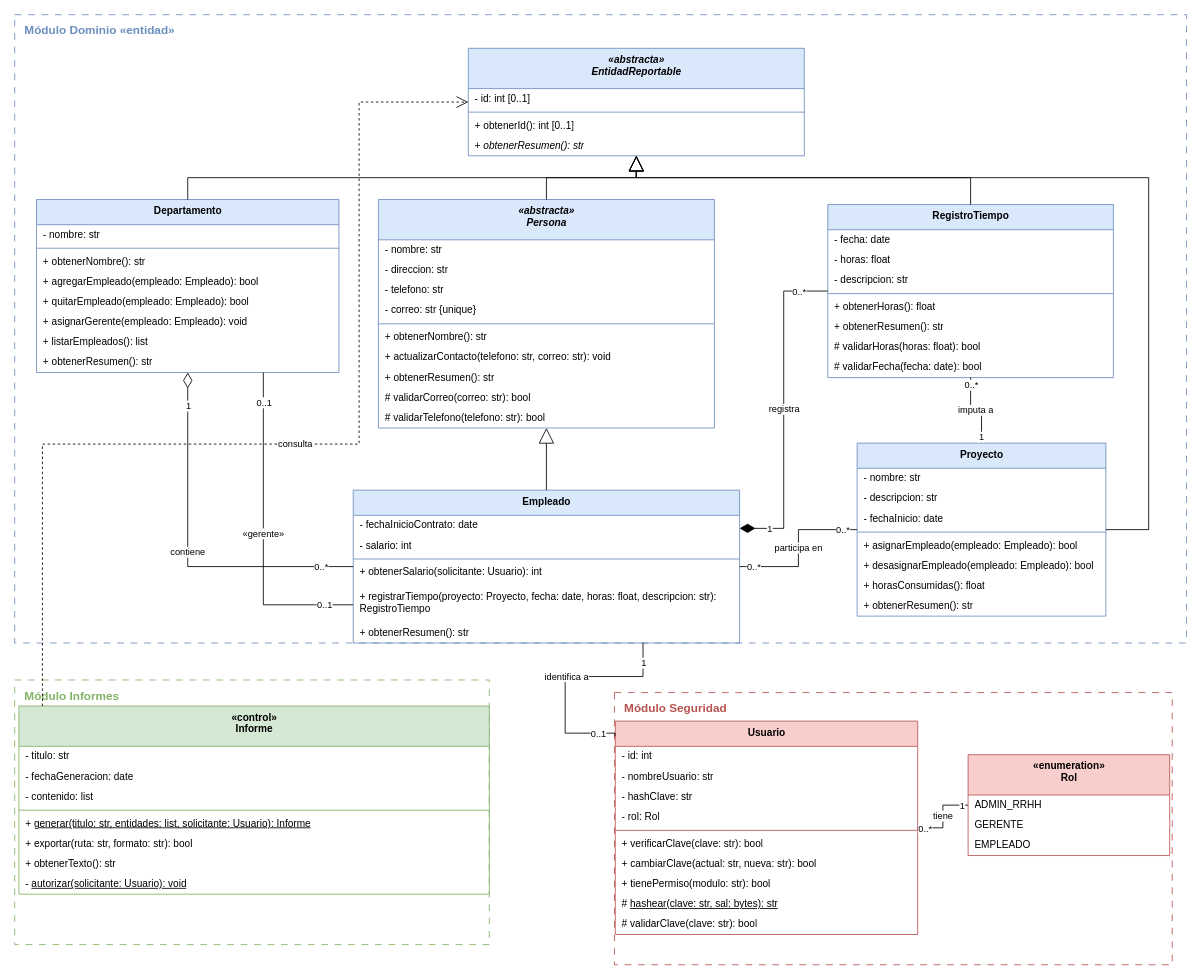
This is diagramas/modelo_u2.drawio from leonardoguerrerodev/poo-ecotech, a draw.io file, before an edit. Source tidied: cells renumbered, new cells numbered last; positions are measured from the earlier drawing's top-left corner, leaving out a move shared by most shapes. Both pictures are drawn from the tidied source at 84%, with x=0, y=0 at pixel (14, 14).
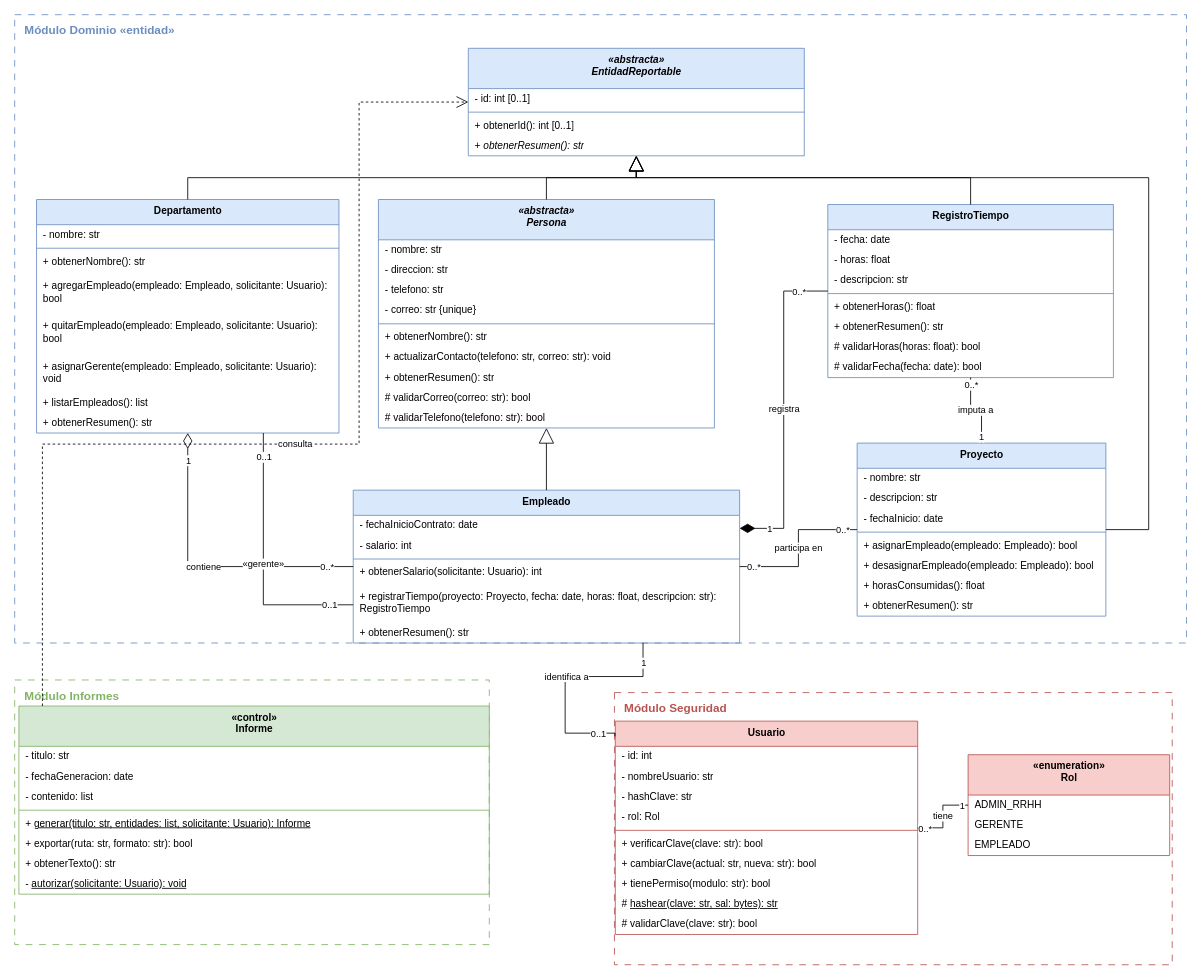
Above is the later version.

Diff of the diagram source:
```diff
@@
     <mxCell id="23" value="Departamento" style="swimlane;fontStyle=1;align=center;verticalAlign=top;horizontal=1;startSize=30;html=1;fillColor=#dae8fc;strokeColor=#6c8ebf;" parent="1" vertex="1">
-      <mxGeometry x="26" y="220" width="360" height="206" as="geometry" />
+      <mxGeometry x="26" y="220" width="360" height="278" as="geometry" />
     </mxCell>
@@
-    <mxCell id="27" value="+ agregarEmpleado(empleado: Empleado): bool" style="text;strokeColor=none;fillColor=none;align=left;verticalAlign=middle;spacingLeft=6;spacingRight=6;overflow=hidden;whiteSpace=wrap;html=1;" parent="23" vertex="1">
-      <mxGeometry y="86" width="360" height="24" as="geometry" />
+    <mxCell id="27" value="+ agregarEmpleado(empleado: Empleado, solicitante: Usuario): bool" style="text;strokeColor=none;fillColor=none;align=left;verticalAlign=middle;spacingLeft=6;spacingRight=6;overflow=hidden;whiteSpace=wrap;html=1;" parent="23" vertex="1">
+      <mxGeometry y="86" width="360" height="48" as="geometry" />
     </mxCell>
-    <mxCell id="28" value="+ quitarEmpleado(empleado: Empleado): bool" style="text;strokeColor=none;fillColor=none;align=left;verticalAlign=middle;spacingLeft=6;spacingRight=6;overflow=hidden;whiteSpace=wrap;html=1;" parent="23" vertex="1">
-      <mxGeometry y="110" width="360" height="24" as="geometry" />
+    <mxCell id="28" value="+ quitarEmpleado(empleado: Empleado, solicitante: Usuario): bool" style="text;strokeColor=none;fillColor=none;align=left;verticalAlign=middle;spacingLeft=6;spacingRight=6;overflow=hidden;whiteSpace=wrap;html=1;" parent="23" vertex="1">
+      <mxGeometry y="134" width="360" height="48" as="geometry" />
     </mxCell>
-    <mxCell id="29" value="+ asignarGerente(empleado: Empleado): void" style="text;strokeColor=none;fillColor=none;align=left;verticalAlign=middle;spacingLeft=6;spacingRight=6;overflow=hidden;whiteSpace=wrap;html=1;" parent="23" vertex="1">
-      <mxGeometry y="134" width="360" height="24" as="geometry" />
+    <mxCell id="29" value="+ asignarGerente(empleado: Empleado, solicitante: Usuario): void" style="text;strokeColor=none;fillColor=none;align=left;verticalAlign=middle;spacingLeft=6;spacingRight=6;overflow=hidden;whiteSpace=wrap;html=1;" parent="23" vertex="1">
+      <mxGeometry y="182" width="360" height="48" as="geometry" />
     </mxCell>
     <mxCell id="30" value="+ listarEmpleados(): list" style="text;strokeColor=none;fillColor=none;align=left;verticalAlign=middle;spacingLeft=6;spacingRight=6;overflow=hidden;whiteSpace=wrap;html=1;" parent="23" vertex="1">
-      <mxGeometry y="158" width="360" height="24" as="geometry" />
+      <mxGeometry y="230" width="360" height="24" as="geometry" />
     </mxCell>
     <mxCell id="31" value="+ obtenerResumen(): str" style="text;strokeColor=none;fillColor=none;align=left;verticalAlign=middle;spacingLeft=6;spacingRight=6;overflow=hidden;whiteSpace=wrap;html=1;" parent="23" vertex="1">
-      <mxGeometry y="182" width="360" height="24" as="geometry" />
+      <mxGeometry y="254" width="360" height="24" as="geometry" />
     </mxCell>
```
